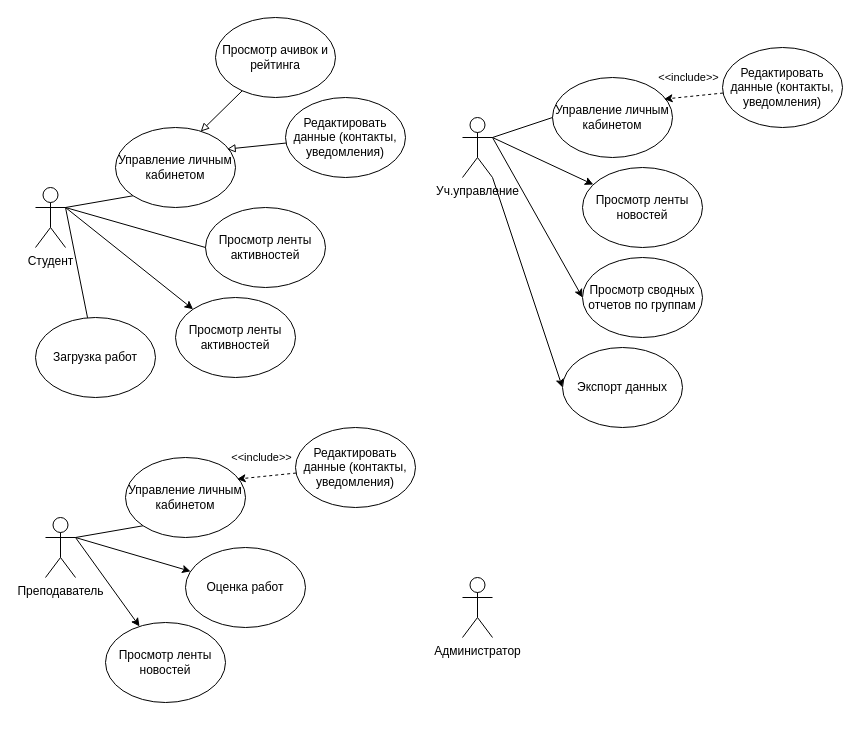
The draw.io diagram pis2.drawio in danaddi/draw.io, before the edit. Source tidied: cells renumbered, new cells numbered last; positions are measured from the earlier drawing's top-left corner, leaving out a move shared by most shapes. Both pictures are drawn from the tidied source at 100%, with x=0, y=0 at pixel (35, 17).
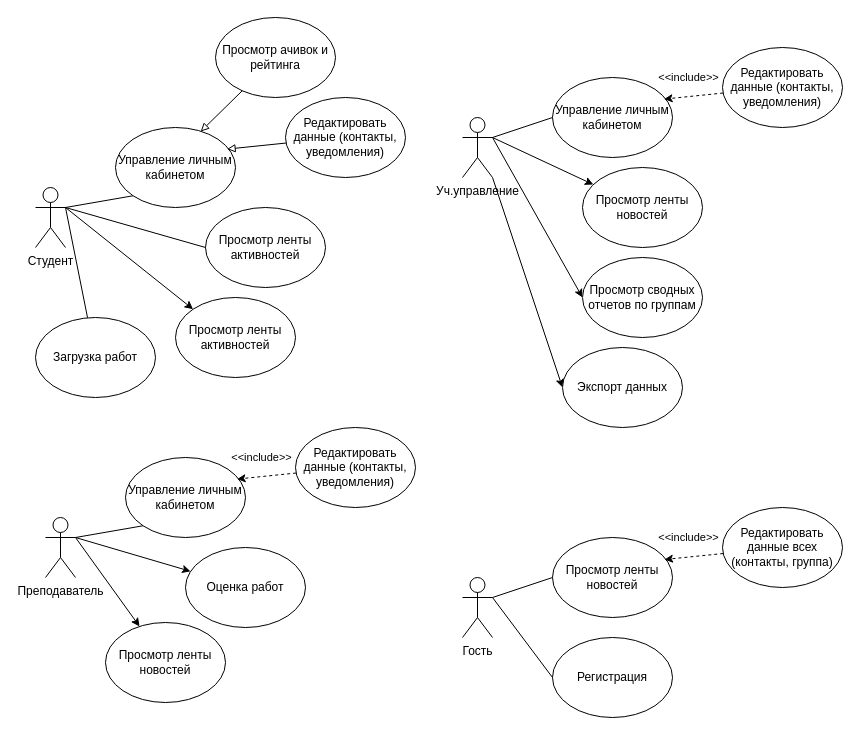
Above is the later version.

What changed in the source:
```diff
@@
-    <mxCell id="11" value="Администратор" style="shape=umlActor;verticalLabelPosition=bottom;verticalAlign=top;html=1;outlineConnect=0;" parent="1" vertex="1">
+    <mxCell id="11" value="Гость" style="shape=umlActor;verticalLabelPosition=bottom;verticalAlign=top;html=1;outlineConnect=0;" parent="1" vertex="1">
       <mxGeometry x="427" y="560" width="30" height="60" as="geometry" />
     </mxCell>
@@
+    <mxCell id="38" value="Просмотр ленты новостей" style="ellipse;whiteSpace=wrap;html=1;" parent="1" vertex="1">
+      <mxGeometry x="517" y="520" width="120" height="80" as="geometry" />
+    </mxCell>
+    <mxCell id="39" style="rounded=0;jettySize=auto;html=1;entryX=0;entryY=0.5;entryDx=0;entryDy=0;endArrow=none;endFill=0;exitX=1;exitY=0.3333333333333333;exitDx=0;exitDy=0;exitPerimeter=0;" parent="1" edge="1" target="38">
+      <mxGeometry relative="1" as="geometry">
+        <mxPoint x="457" y="580" as="sourcePoint" />
+      </mxGeometry>
+    </mxCell>
+    <mxCell id="40" value="Регистрация" style="ellipse;whiteSpace=wrap;html=1;" parent="1" vertex="1">
+      <mxGeometry x="517" y="620" width="120" height="80" as="geometry" />
+    </mxCell>
+    <mxCell id="41" value="Редактировать данные всех (контакты, группа)" style="ellipse;whiteSpace=wrap;html=1;" parent="1" vertex="1">
+      <mxGeometry x="687" y="490" width="120" height="80" as="geometry" />
+    </mxCell>
+    <mxCell id="42" style="rounded=0;jettySize=auto;html=1;entryX=0;entryY=0.5;entryDx=0;entryDy=0;endArrow=none;endFill=0;exitX=1;exitY=0.3333333333333333;exitDx=0;exitDy=0;exitPerimeter=0;" parent="1" edge="1" source="11" target="40">
+      <mxGeometry relative="1" as="geometry" />
+    </mxCell>
+    <mxCell id="43" style="rounded=0;jettySize=auto;html=1;entryX=0.93;entryY=0.27;entryDx=0;entryDy=0;entryPerimeter=0;endArrow=classic;endFill=1;dashed=1;" parent="1" edge="1" source="41">
+      <mxGeometry relative="1" as="geometry">
+        <mxPoint x="629" y="542" as="targetPoint" />
+      </mxGeometry>
+    </mxCell>
+    <mxCell id="44" value="&amp;lt;&amp;lt;include&amp;gt;&amp;gt;" style="edgeLabel;html=1;align=center;verticalAlign=middle;" parent="43" vertex="1">
+      <mxGeometry x="-0.02" relative="1" as="geometry">
+        <mxPoint x="-6" y="-19" as="offset" />
+      </mxGeometry>
+    </mxCell>
```
